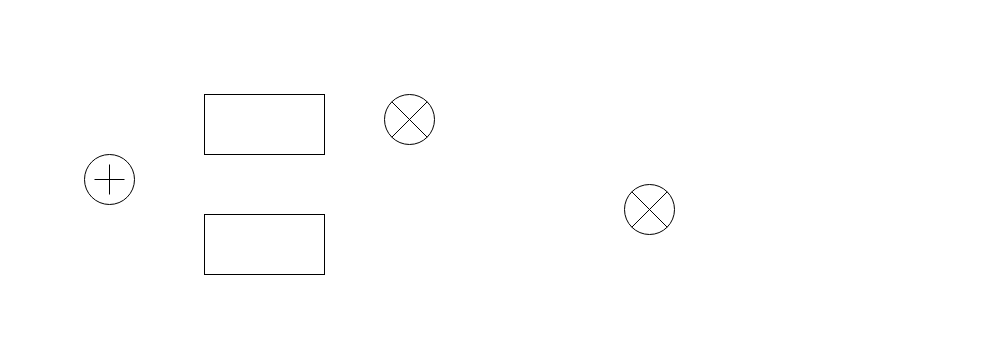
w1213ph/draw.io keeps this draw.io diagram as 失配4.drawio. Above is the earlier version. Source tidied: cells renumbered, new cells numbered last; positions are measured from the earlier drawing's top-left corner, leaving out a move shared by most shapes. Both pictures are drawn from the tidied source at 100%, with x=0, y=0 at pixel (84, 94).
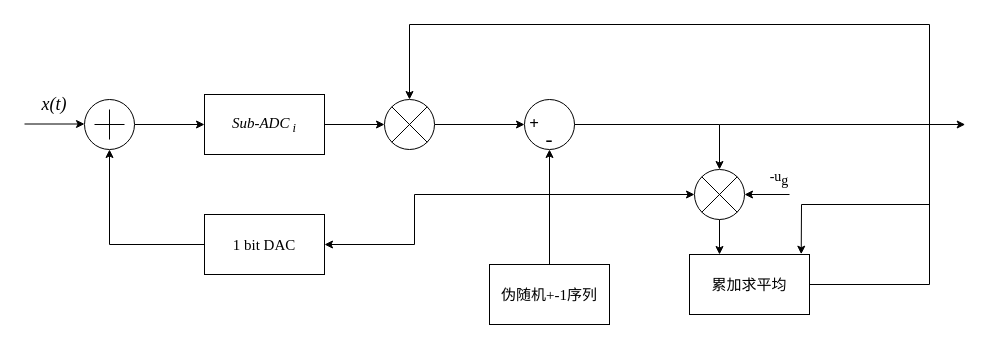
The same diagram, later.

What changed in the source:
```diff
@@
-    <mxCell id="2" style="rounded=0;whiteSpace=wrap;html=1;" parent="1" vertex="1">
+    <mxCell id="2" value="Sub-ADC&lt;sub&gt; i&lt;/sub&gt;" style="rounded=0;whiteSpace=wrap;html=1;fontFamily=Times New Roman;fontSize=15;fontStyle=2;" parent="1" vertex="1">
       <mxGeometry x="120" width="120" height="60" as="geometry" />
     </mxCell>
-    <mxCell id="3" style="rounded=0;whiteSpace=wrap;html=1;" parent="1" vertex="1">
+    <mxCell id="3" value="1 bit DAC" style="rounded=0;whiteSpace=wrap;html=1;fontFamily=Times New Roman;fontSize=15;" parent="1" vertex="1">
       <mxGeometry x="120" y="120" width="120" height="60" as="geometry" />
     </mxCell>
+    <mxCell id="7" style="edgeStyle=orthogonalEdgeStyle;rounded=0;jettySize=auto;html=1;entryX=0;entryY=0.5;entryDx=0;entryDy=0;" parent="1" edge="1" source="4" target="2">
+      <mxGeometry relative="1" as="geometry" />
+    </mxCell>
     <mxCell id="4" style="verticalLabelPosition=bottom;shadow=0;dashed=0;align=center;html=1;verticalAlign=top;shape=mxgraph.electrical.abstract.summation_point;" parent="1" vertex="1">
-      <mxGeometry y="60" width="50" height="50" as="geometry" />
+      <mxGeometry y="5" width="50" height="50" as="geometry" />
     </mxCell>
+    <mxCell id="8" style="edgeStyle=orthogonalEdgeStyle;rounded=0;jettySize=auto;html=1;entryX=0;entryY=0.5;entryDx=0;entryDy=0;" parent="1" edge="1" source="5" target="10">
+      <mxGeometry relative="1" as="geometry" />
+    </mxCell>
     <mxCell id="5" style="verticalLabelPosition=bottom;shadow=0;dashed=0;align=center;html=1;verticalAlign=top;shape=mxgraph.electrical.abstract.multiplier;" parent="1" vertex="1">
-      <mxGeometry x="300" width="50" height="50" as="geometry" />
+      <mxGeometry x="300" y="5" width="50" height="50" as="geometry" />
     </mxCell>
+    <mxCell id="9" style="edgeStyle=orthogonalEdgeStyle;rounded=0;jettySize=auto;html=1;entryX=0.25;entryY=0;entryDx=0;entryDy=0;" parent="1" edge="1" source="6" target="23">
+      <mxGeometry relative="1" as="geometry" />
+    </mxCell>
     <mxCell id="6" style="verticalLabelPosition=bottom;shadow=0;dashed=0;align=center;html=1;verticalAlign=top;shape=mxgraph.electrical.abstract.multiplier;" parent="1" vertex="1">
-      <mxGeometry x="540" y="90" width="50" height="50" as="geometry" />
+      <mxGeometry x="610" y="75" width="50" height="50" as="geometry" />
     </mxCell>
+    <mxCell id="10" style="ellipse;whiteSpace=wrap;html=1;" parent="1" vertex="1">
+      <mxGeometry x="440" y="5" width="50" height="50" as="geometry" />
+    </mxCell>
+    <mxCell id="11" value="+" style="text;html=1;align=center;verticalAlign=middle;whiteSpace=wrap;rounded=0;fontFamily=Times New Roman;fontStyle=1;fontSize=17;" parent="1" vertex="1">
+      <mxGeometry x="420" y="15" width="60" height="30" as="geometry" />
+    </mxCell>
+    <mxCell id="12" value="-" style="text;html=1;align=center;verticalAlign=middle;whiteSpace=wrap;rounded=0;fontFamily=Times New Roman;fontSize=21;" parent="1" vertex="1">
+      <mxGeometry x="435" y="30" width="60" height="30" as="geometry" />
+    </mxCell>
+    <mxCell id="13" style="endArrow=classic;html=1;rounded=0;" parent="1" edge="1">
+      <mxGeometry relative="1" as="geometry">
+        <mxPoint x="-60" y="29.5" as="sourcePoint" />
+        <mxPoint y="29.5" as="targetPoint" />
+      </mxGeometry>
+    </mxCell>
+    <mxCell id="14" value="x(t)" style="text;html=1;align=center;verticalAlign=middle;whiteSpace=wrap;rounded=0;fontFamily=Times New Roman;fontStyle=2;fontSize=18;" parent="1" vertex="1">
+      <mxGeometry x="-60" y="-5" width="60" height="30" as="geometry" />
+    </mxCell>
+    <mxCell id="15" style="edgeStyle=orthogonalEdgeStyle;rounded=0;jettySize=auto;html=1;entryX=0;entryY=0.5;entryDx=0;entryDy=0;entryPerimeter=0;" parent="1" edge="1" source="2" target="5">
+      <mxGeometry relative="1" as="geometry" />
+    </mxCell>
+    <mxCell id="16" style="edgeStyle=orthogonalEdgeStyle;rounded=0;jettySize=auto;html=1;entryX=0.5;entryY=1;entryDx=0;entryDy=0;entryPerimeter=0;" parent="1" edge="1" source="3" target="4">
+      <mxGeometry relative="1" as="geometry" />
+    </mxCell>
+    <mxCell id="17" style="edgeStyle=orthogonalEdgeStyle;rounded=0;jettySize=auto;html=1;entryX=0.5;entryY=1;entryDx=0;entryDy=0;" parent="1" edge="1" source="18" target="10">
+      <mxGeometry relative="1" as="geometry" />
+    </mxCell>
+    <mxCell id="18" value="伪随机+-1序列" style="rounded=0;whiteSpace=wrap;html=1;fontFamily=Times New Roman;fontSize=15;fontStyle=0;" parent="1" vertex="1">
+      <mxGeometry x="405" y="170" width="120" height="60" as="geometry" />
+    </mxCell>
+    <mxCell id="19" style="endArrow=classic;html=1;rounded=0;" parent="1" edge="1">
+      <mxGeometry relative="1" as="geometry">
+        <mxPoint x="470" y="100" as="sourcePoint" />
+        <mxPoint x="240" y="150" as="targetPoint" />
+        <Array as="points">
+          <mxPoint x="330" y="100" />
+          <mxPoint x="330" y="150" />
+        </Array>
+      </mxGeometry>
+    </mxCell>
+    <mxCell id="20" style="endArrow=classic;html=1;rounded=0;entryX=0;entryY=0.5;entryDx=0;entryDy=0;entryPerimeter=0;" parent="1" edge="1" target="6">
+      <mxGeometry relative="1" as="geometry">
+        <mxPoint x="460" y="100" as="sourcePoint" />
+      </mxGeometry>
+    </mxCell>
+    <mxCell id="21" style="edgeStyle=orthogonalEdgeStyle;rounded=0;jettySize=auto;html=1;entryX=0.5;entryY=0;entryDx=0;entryDy=0;entryPerimeter=0;" parent="1" edge="1" source="10" target="6">
+      <mxGeometry relative="1" as="geometry" />
+    </mxCell>
+    <mxCell id="22" style="edgeStyle=orthogonalEdgeStyle;rounded=0;jettySize=auto;html=1;entryX=0.5;entryY=0;entryDx=0;entryDy=0;entryPerimeter=0;" parent="1" edge="1" source="23" target="5">
+      <mxGeometry relative="1" as="geometry">
+        <Array as="points">
+          <mxPoint x="845" y="190" />
+          <mxPoint x="845" y="-70" />
+          <mxPoint x="325" y="-70" />
+        </Array>
+      </mxGeometry>
+    </mxCell>
+    <mxCell id="23" value="累加求平均" style="rounded=0;whiteSpace=wrap;html=1;fontSize=15;" parent="1" vertex="1">
+      <mxGeometry x="605" y="160" width="120" height="60" as="geometry" />
+    </mxCell>
+    <mxCell id="24" style="endArrow=classic;html=1;rounded=0;" parent="1" edge="1">
+      <mxGeometry relative="1" as="geometry">
+        <mxPoint x="635" y="30" as="sourcePoint" />
+        <mxPoint x="880.7" y="30" as="targetPoint" />
+      </mxGeometry>
+    </mxCell>
+    <mxCell id="25" style="endArrow=classic;html=1;rounded=0;entryX=0.931;entryY=-0.005;entryDx=0;entryDy=0;entryPerimeter=0;" parent="1" edge="1" target="23">
+      <mxGeometry relative="1" as="geometry">
+        <mxPoint x="845" y="110" as="sourcePoint" />
+        <Array as="points">
+          <mxPoint x="717" y="110" />
+        </Array>
+      </mxGeometry>
+    </mxCell>
+    <mxCell id="26" style="endArrow=classic;html=1;rounded=0;" parent="1" edge="1">
+      <mxGeometry relative="1" as="geometry">
+        <mxPoint x="705" y="100" as="sourcePoint" />
+        <mxPoint x="660" y="100" as="targetPoint" />
+      </mxGeometry>
+    </mxCell>
+    <mxCell id="27" value="-u&lt;sub style=&quot;font-size: 14px;&quot;&gt;g&lt;/sub&gt;" style="text;html=1;align=center;verticalAlign=middle;whiteSpace=wrap;rounded=0;fontFamily=Times New Roman;fontSize=14;" parent="1" vertex="1">
+      <mxGeometry x="665" y="70" width="60" height="30" as="geometry" />
+    </mxCell>
```
